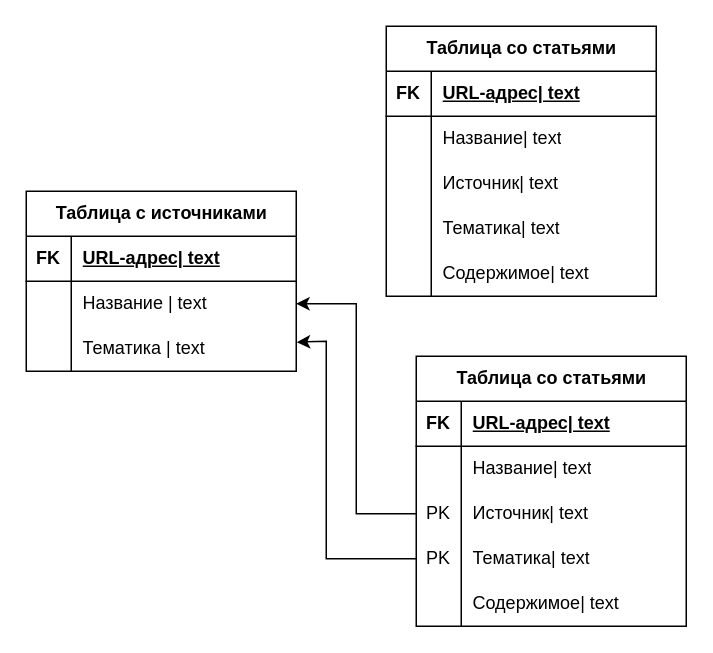
This is Реляционная_модель.drawio from Cuudemi/Articles-Today, a draw.io file, before an edit. Source tidied: cells renumbered, new cells numbered last; positions are measured from the earlier drawing's top-left corner, leaving out a move shared by most shapes. Both pictures are drawn from the tidied source at 150%, with x=0, y=0 at pixel (26, 26).
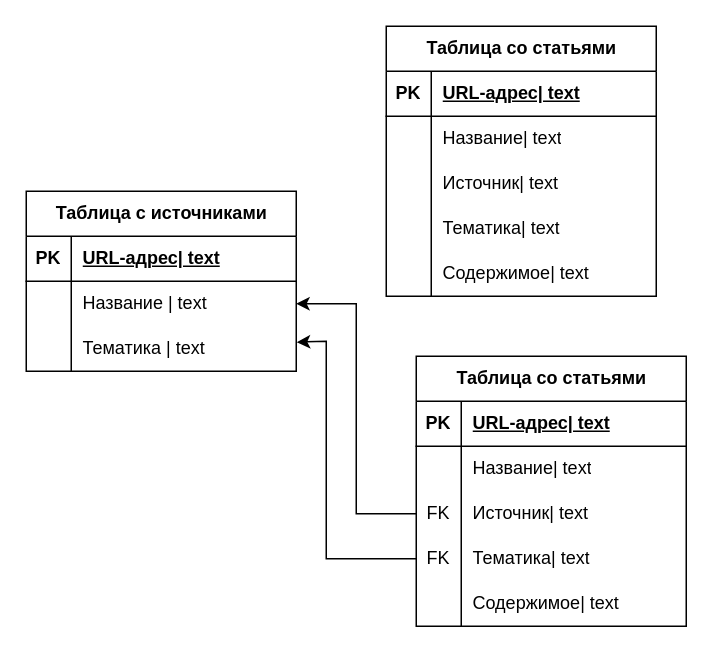
Above is the later version.

Unchanged cells that the change refers to:
```xml
<mxCell id="3" style="shape=tableRow;horizontal=0;startSize=0;swimlaneHead=0;swimlaneBody=0;fillColor=none;top=0;left=0;right=0;bottom=1;" parent="2" vertex="1">
  <mxGeometry y="30" width="180" height="30" as="geometry" />
</mxCell>
<mxCell id="13" style="shape=tableRow;horizontal=0;startSize=0;swimlaneHead=0;swimlaneBody=0;fillColor=none;top=0;left=0;right=0;bottom=1;" parent="12" vertex="1">
  <mxGeometry y="30" width="180" height="30" as="geometry" />
</mxCell>
<mxCell id="29" style="shape=tableRow;horizontal=0;startSize=0;swimlaneHead=0;swimlaneBody=0;fillColor=none;top=0;left=0;right=0;bottom=1;" parent="28" vertex="1">
  <mxGeometry y="30" width="180" height="30" as="geometry" />
</mxCell>
<mxCell id="35" style="shape=tableRow;horizontal=0;startSize=0;swimlaneHead=0;swimlaneBody=0;fillColor=none;points=[[0,0.5],[1,0.5]];portConstraint=eastwest;top=0;left=0;right=0;bottom=0;" parent="28" vertex="1">
  <mxGeometry y="90" width="180" height="30" as="geometry" />
</mxCell>
<mxCell id="38" style="shape=tableRow;horizontal=0;startSize=0;swimlaneHead=0;swimlaneBody=0;fillColor=none;points=[[0,0.5],[1,0.5]];portConstraint=eastwest;top=0;left=0;right=0;bottom=0;" parent="28" vertex="1">
  <mxGeometry y="120" width="180" height="30" as="geometry" />
</mxCell>
```

The edit, as a diff of the source:
```diff
@@
-    <mxCell id="4" value="FK" style="shape=partialRectangle;fillColor=none;top=0;left=0;bottom=0;right=0;fontStyle=1;overflow=hidden;whiteSpace=wrap;html=1;" parent="3" vertex="1">
+    <mxCell id="4" value="PK" style="shape=partialRectangle;fillColor=none;top=0;left=0;bottom=0;right=0;fontStyle=1;overflow=hidden;whiteSpace=wrap;html=1;" parent="3" vertex="1">
       <mxGeometry width="30" height="30" as="geometry" />
     </mxCell>
@@
-    <mxCell id="14" value="FK" style="shape=partialRectangle;fillColor=none;top=0;left=0;bottom=0;right=0;fontStyle=1;overflow=hidden;whiteSpace=wrap;html=1;" parent="13" vertex="1">
+    <mxCell id="14" value="PK" style="shape=partialRectangle;fillColor=none;top=0;left=0;bottom=0;right=0;fontStyle=1;overflow=hidden;whiteSpace=wrap;html=1;" parent="13" vertex="1">
       <mxGeometry width="30" height="30" as="geometry" />
     </mxCell>
@@
-    <mxCell id="30" value="FK" style="shape=partialRectangle;fillColor=none;top=0;left=0;bottom=0;right=0;fontStyle=1;overflow=hidden;whiteSpace=wrap;html=1;" parent="29" vertex="1">
+    <mxCell id="30" value="PK" style="shape=partialRectangle;fillColor=none;top=0;left=0;bottom=0;right=0;fontStyle=1;overflow=hidden;whiteSpace=wrap;html=1;" parent="29" vertex="1">
       <mxGeometry width="30" height="30" as="geometry" />
     </mxCell>
@@
-    <mxCell id="36" value="PK" style="shape=partialRectangle;fillColor=none;top=0;left=0;bottom=0;right=0;overflow=hidden;whiteSpace=wrap;html=1;" parent="35" vertex="1">
+    <mxCell id="36" value="FK" style="shape=partialRectangle;fillColor=none;top=0;left=0;bottom=0;right=0;overflow=hidden;whiteSpace=wrap;html=1;" parent="35" vertex="1">
       <mxGeometry width="30" height="30" as="geometry" />
     </mxCell>
@@
-    <mxCell id="39" value="PK" style="shape=partialRectangle;fillColor=none;top=0;left=0;bottom=0;right=0;overflow=hidden;whiteSpace=wrap;html=1;" parent="38" vertex="1">
+    <mxCell id="39" value="FK" style="shape=partialRectangle;fillColor=none;top=0;left=0;bottom=0;right=0;overflow=hidden;whiteSpace=wrap;html=1;" parent="38" vertex="1">
       <mxGeometry width="30" height="30" as="geometry" />
     </mxCell>
```
